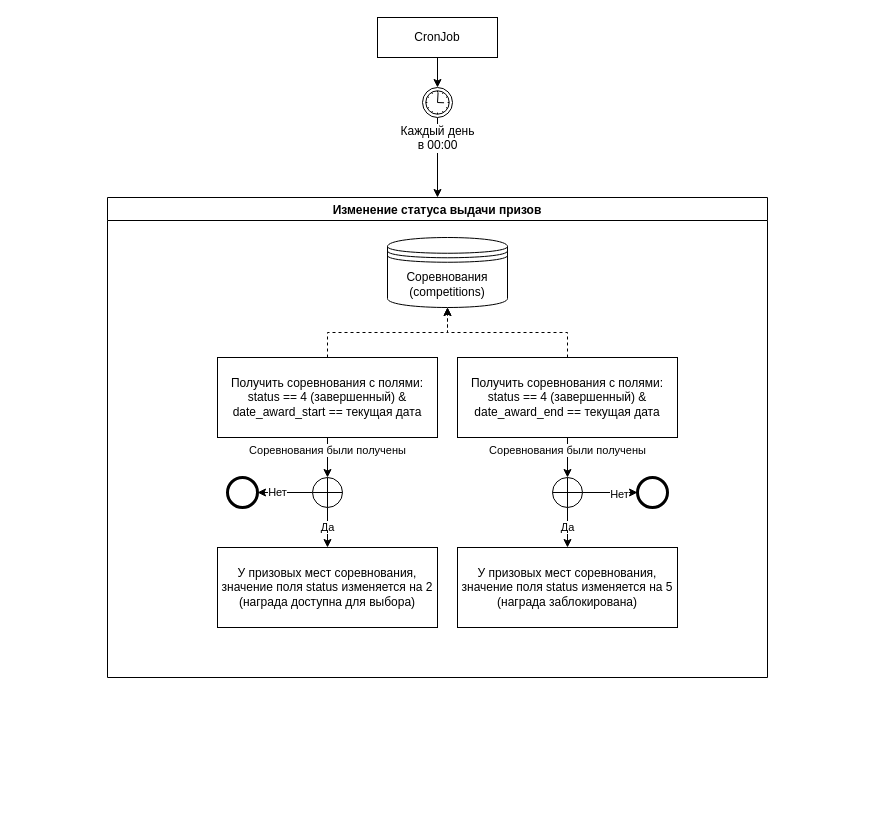
aau8/draw.io keeps this draw.io diagram as page "Период вручения призов" (1 of 3) of Награждение участников.drawio. Above is the earlier version. Source tidied: cells renumbered, new cells numbered last; positions are measured from the earlier drawing's top-left corner, leaving out a move shared by most shapes. Both pictures are drawn from the tidied source at 100%, with x=0, y=0 at pixel (107, 17).
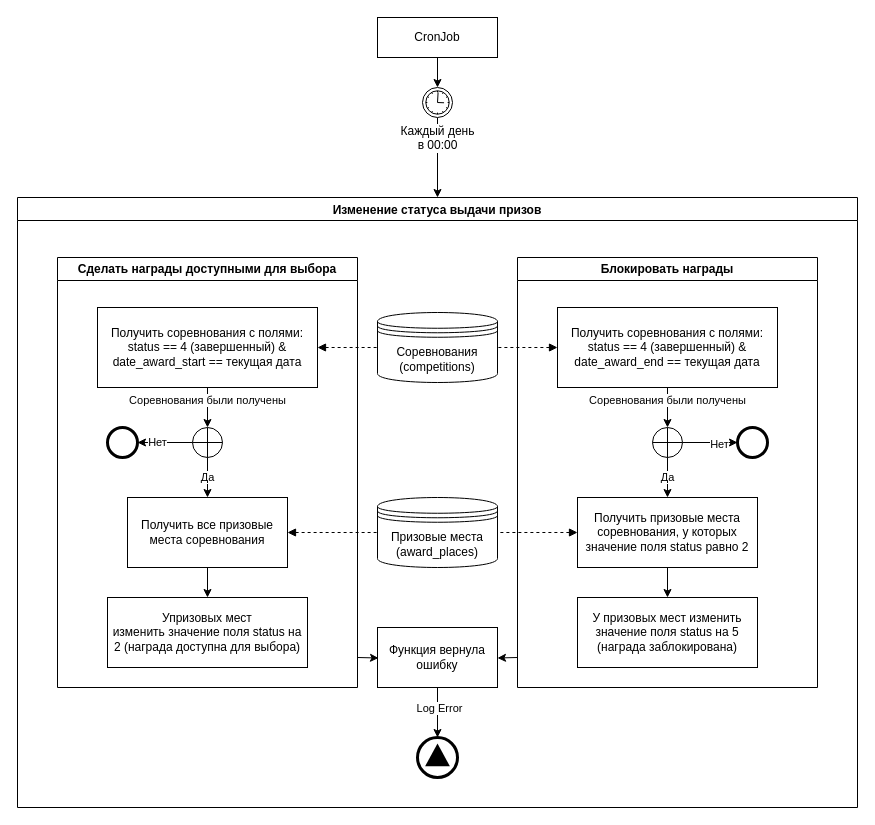
After the change.

Diff of the diagram source:
```diff
@@
     <mxCell id="6" value="Изменение статуса выдачи призов" style="swimlane;" parent="1" vertex="1">
-      <mxGeometry y="180" width="660" height="480" as="geometry" />
+      <mxGeometry x="-90" y="180" width="840" height="610" as="geometry" />
     </mxCell>
-    <mxCell id="7" style="edgeStyle=orthogonalEdgeStyle;rounded=0;jettySize=auto;html=1;exitX=0.5;exitY=1;exitDx=0;exitDy=0;" parent="6" edge="1" source="10" target="14">
-      <mxGeometry relative="1" as="geometry" />
-    </mxCell>
-    <mxCell id="8" value="Соревнования были получены" style="edgeLabel;html=1;align=center;verticalAlign=middle;" parent="7" vertex="1">
-      <mxGeometry x="-0.41" y="-1" relative="1" as="geometry" />
-    </mxCell>
-    <mxCell id="9" style="edgeStyle=orthogonalEdgeStyle;rounded=0;jettySize=auto;html=1;dashed=1;" parent="6" edge="1" source="10" target="15">
-      <mxGeometry relative="1" as="geometry" />
-    </mxCell>
-    <mxCell id="10" value="Получить соревнования с полями:&lt;br&gt;status == 4 (завершенный) &amp;amp;&lt;br&gt;date_award_start == текущая дата" style="rounded=0;whiteSpace=wrap;html=1;" parent="6" vertex="1">
-      <mxGeometry x="110" y="160" width="220" height="80" as="geometry" />
-    </mxCell>
-    <mxCell id="11" value="Да" style="edgeStyle=orthogonalEdgeStyle;rounded=0;jettySize=auto;html=1;" parent="6" edge="1" source="14" target="17">
-      <mxGeometry relative="1" as="geometry" />
-    </mxCell>
-    <mxCell id="12" style="edgeStyle=orthogonalEdgeStyle;rounded=0;jettySize=auto;html=1;" parent="6" edge="1" source="14" target="16">
-      <mxGeometry relative="1" as="geometry" />
-    </mxCell>
-    <mxCell id="13" value="Нет" style="edgeLabel;html=1;align=center;verticalAlign=middle;" parent="12" vertex="1">
-      <mxGeometry x="0.3" y="-1" relative="1" as="geometry" />
-    </mxCell>
-    <mxCell id="14" style="shape=orEllipse;perimeter=ellipsePerimeter;whiteSpace=wrap;html=1;backgroundOutline=1;" parent="6" vertex="1">
-      <mxGeometry x="205" y="280" width="30" height="30" as="geometry" />
-    </mxCell>
     <mxCell id="15" value="Соревнования&lt;br&gt;(competitions)" style="shape=datastore;whiteSpace=wrap;html=1;" parent="6" vertex="1">
-      <mxGeometry x="280" y="40" width="120" height="70" as="geometry" />
+      <mxGeometry x="360" y="115" width="120" height="70" as="geometry" />
     </mxCell>
-    <mxCell id="16" style="points=[[0.145,0.145,0],[0.5,0,0],[0.855,0.145,0],[1,0.5,0],[0.855,0.855,0],[0.5,1,0],[0.145,0.855,0],[0,0.5,0]];shape=mxgraph.bpmn.event;html=1;verticalLabelPosition=bottom;labelBackgroundColor=#ffffff;verticalAlign=top;align=center;perimeter=ellipsePerimeter;outlineConnect=0;outline=end;symbol=terminate2;" parent="6" vertex="1">
-      <mxGeometry x="120" y="280" width="30" height="30" as="geometry" />
-    </mxCell>
-    <mxCell id="17" value="У призовых мест соревнования, значение поля status изменяется на 2 (награда доступна для выбора&lt;span id=&quot;docs-internal-guid-a5fbda73-7fff-3050-be4a-004d5840d798&quot;&gt;&lt;/span&gt;)" style="rounded=0;whiteSpace=wrap;html=1;" parent="6" vertex="1">
-      <mxGeometry x="110" y="350" width="220" height="80" as="geometry" />
-    </mxCell>
-    <mxCell id="18" style="edgeStyle=orthogonalEdgeStyle;rounded=0;jettySize=auto;html=1;dashed=1;" parent="6" edge="1" source="19" target="15">
-      <mxGeometry relative="1" as="geometry" />
-    </mxCell>
+    <mxCell id="28" style="edgeStyle=orthogonalEdgeStyle;rounded=0;jettySize=auto;html=1;" parent="6" edge="1" target="42">
+      <mxGeometry relative="1" as="geometry">
+        <mxPoint x="500" y="460" as="sourcePoint" />
+      </mxGeometry>
+    </mxCell>
+    <mxCell id="29" value="Блокировать награды" style="swimlane;whiteSpace=wrap;html=1;" parent="6" vertex="1">
+      <mxGeometry x="500" y="60" width="300" height="430" as="geometry" />
+    </mxCell>
-    <mxCell id="19" value="Получить соревнования с полями:&lt;br&gt;status == 4 (завершенный) &amp;amp;&lt;br&gt;date_award_end == текущая дата" style="rounded=0;whiteSpace=wrap;html=1;" parent="6" vertex="1">
-      <mxGeometry x="350" y="160" width="220" height="80" as="geometry" />
+    <mxCell id="19" value="Получить соревнования с полями:&lt;br&gt;status == 4 (завершенный) &amp;amp;&lt;br&gt;date_award_end == текущая дата" style="rounded=0;whiteSpace=wrap;html=1;" parent="29" vertex="1">
+      <mxGeometry x="40" y="50" width="220" height="80" as="geometry" />
     </mxCell>
-    <mxCell id="20" style="edgeStyle=orthogonalEdgeStyle;rounded=0;jettySize=auto;html=1;" parent="6" edge="1" source="19" target="23">
+    <mxCell id="20" style="edgeStyle=orthogonalEdgeStyle;rounded=0;jettySize=auto;html=1;" parent="29" edge="1" source="19" target="23">
       <mxGeometry relative="1" as="geometry" />
     </mxCell>
@@
-    <mxCell id="22" value="Да" style="edgeStyle=orthogonalEdgeStyle;rounded=0;jettySize=auto;html=1;" parent="6" edge="1" source="23" target="27">
-      <mxGeometry relative="1" as="geometry" />
-    </mxCell>
-    <mxCell id="23" style="shape=orEllipse;perimeter=ellipsePerimeter;whiteSpace=wrap;html=1;backgroundOutline=1;" parent="6" vertex="1">
-      <mxGeometry x="445" y="280" width="30" height="30" as="geometry" />
+    <mxCell id="23" style="shape=orEllipse;perimeter=ellipsePerimeter;whiteSpace=wrap;html=1;backgroundOutline=1;" parent="29" vertex="1">
+      <mxGeometry x="135" y="170" width="30" height="30" as="geometry" />
     </mxCell>
-    <mxCell id="24" style="points=[[0.145,0.145,0],[0.5,0,0],[0.855,0.145,0],[1,0.5,0],[0.855,0.855,0],[0.5,1,0],[0.145,0.855,0],[0,0.5,0]];shape=mxgraph.bpmn.event;html=1;verticalLabelPosition=bottom;labelBackgroundColor=#ffffff;verticalAlign=top;align=center;perimeter=ellipsePerimeter;outlineConnect=0;outline=end;symbol=terminate2;" parent="6" vertex="1">
-      <mxGeometry x="530" y="280" width="30" height="30" as="geometry" />
+    <mxCell id="24" style="points=[[0.145,0.145,0],[0.5,0,0],[0.855,0.145,0],[1,0.5,0],[0.855,0.855,0],[0.5,1,0],[0.145,0.855,0],[0,0.5,0]];shape=mxgraph.bpmn.event;html=1;verticalLabelPosition=bottom;labelBackgroundColor=#ffffff;verticalAlign=top;align=center;perimeter=ellipsePerimeter;outlineConnect=0;outline=end;symbol=terminate2;" parent="29" vertex="1">
+      <mxGeometry x="220" y="170" width="30" height="30" as="geometry" />
     </mxCell>
-    <mxCell id="25" style="edgeStyle=orthogonalEdgeStyle;rounded=0;jettySize=auto;html=1;" parent="6" edge="1" source="23" target="24">
+    <mxCell id="25" style="edgeStyle=orthogonalEdgeStyle;rounded=0;jettySize=auto;html=1;" parent="29" edge="1" source="23" target="24">
       <mxGeometry relative="1" as="geometry" />
     </mxCell>
@@
+    <mxCell id="30" style="edgeStyle=orthogonalEdgeStyle;rounded=0;jettySize=auto;html=1;" parent="29" edge="1" source="27" target="31">
+      <mxGeometry relative="1" as="geometry" />
+    </mxCell>
-    <mxCell id="27" value="У призовых мест соревнования, значение поля status изменяется на 5 (награда заблокирована)" style="rounded=0;whiteSpace=wrap;html=1;" parent="6" vertex="1">
-      <mxGeometry x="350" y="350" width="220" height="80" as="geometry" />
+    <mxCell id="27" value="Получить призовые места соревнования, у которых значение поля status равно 2" style="rounded=0;whiteSpace=wrap;html=1;" parent="29" vertex="1">
+      <mxGeometry x="60" y="240" width="180" height="70" as="geometry" />
     </mxCell>
+    <mxCell id="22" value="Да" style="edgeStyle=orthogonalEdgeStyle;rounded=0;jettySize=auto;html=1;" parent="29" edge="1" source="23" target="27">
+      <mxGeometry relative="1" as="geometry" />
+    </mxCell>
+    <mxCell id="31" value="У призовых мест изменить значение поля status на 5 (награда заблокирована)" style="rounded=0;whiteSpace=wrap;html=1;" parent="29" vertex="1">
+      <mxGeometry x="60" y="340" width="180" height="70" as="geometry" />
+    </mxCell>
+    <mxCell id="32" style="edgeStyle=orthogonalEdgeStyle;rounded=0;jettySize=auto;html=1;" parent="6" edge="1" target="42">
+      <mxGeometry relative="1" as="geometry">
+        <mxPoint x="340" y="460" as="sourcePoint" />
+      </mxGeometry>
+    </mxCell>
+    <mxCell id="33" value="Сделать награды доступными для выбора" style="swimlane;whiteSpace=wrap;html=1;" parent="6" vertex="1">
+      <mxGeometry x="40" y="60" width="300" height="430" as="geometry" />
+    </mxCell>
+    <mxCell id="10" value="Получить соревнования с полями:&lt;br&gt;status == 4 (завершенный) &amp;amp;&lt;br&gt;date_award_start == текущая дата" style="rounded=0;whiteSpace=wrap;html=1;" parent="33" vertex="1">
+      <mxGeometry x="40" y="50" width="220" height="80" as="geometry" />
+    </mxCell>
+    <mxCell id="14" style="shape=orEllipse;perimeter=ellipsePerimeter;whiteSpace=wrap;html=1;backgroundOutline=1;" parent="33" vertex="1">
+      <mxGeometry x="135" y="170" width="30" height="30" as="geometry" />
+    </mxCell>
+    <mxCell id="7" style="edgeStyle=orthogonalEdgeStyle;rounded=0;jettySize=auto;html=1;exitX=0.5;exitY=1;exitDx=0;exitDy=0;" parent="33" edge="1" source="10" target="14">
+      <mxGeometry relative="1" as="geometry" />
+    </mxCell>
+    <mxCell id="8" value="Соревнования были получены" style="edgeLabel;html=1;align=center;verticalAlign=middle;" parent="7" vertex="1">
+      <mxGeometry x="-0.41" y="-1" relative="1" as="geometry" />
+    </mxCell>
+    <mxCell id="16" style="points=[[0.145,0.145,0],[0.5,0,0],[0.855,0.145,0],[1,0.5,0],[0.855,0.855,0],[0.5,1,0],[0.145,0.855,0],[0,0.5,0]];shape=mxgraph.bpmn.event;html=1;verticalLabelPosition=bottom;labelBackgroundColor=#ffffff;verticalAlign=top;align=center;perimeter=ellipsePerimeter;outlineConnect=0;outline=end;symbol=terminate2;" parent="33" vertex="1">
+      <mxGeometry x="50" y="170" width="30" height="30" as="geometry" />
+    </mxCell>
+    <mxCell id="12" style="edgeStyle=orthogonalEdgeStyle;rounded=0;jettySize=auto;html=1;" parent="33" edge="1" source="14" target="16">
+      <mxGeometry relative="1" as="geometry" />
+    </mxCell>
+    <mxCell id="13" value="Нет" style="edgeLabel;html=1;align=center;verticalAlign=middle;" parent="12" vertex="1">
+      <mxGeometry x="0.3" y="-1" relative="1" as="geometry" />
+    </mxCell>
+    <mxCell id="34" style="edgeStyle=orthogonalEdgeStyle;rounded=0;jettySize=auto;html=1;" parent="33" edge="1" source="17" target="35">
+      <mxGeometry relative="1" as="geometry" />
+    </mxCell>
+    <mxCell id="17" value="Получить все призовые места соревнования" style="rounded=0;whiteSpace=wrap;html=1;" parent="33" vertex="1">
+      <mxGeometry x="70" y="240" width="160" height="70" as="geometry" />
+    </mxCell>
+    <mxCell id="11" value="Да" style="edgeStyle=orthogonalEdgeStyle;rounded=0;jettySize=auto;html=1;" parent="33" edge="1" source="14" target="17">
+      <mxGeometry relative="1" as="geometry" />
+    </mxCell>
+    <mxCell id="35" value="Упризовых мест&lt;br&gt;изменить значение поля status на 2 (награда доступна для выбора&lt;span id=&quot;docs-internal-guid-a5fbda73-7fff-3050-be4a-004d5840d798&quot;&gt;&lt;/span&gt;)" style="rounded=0;whiteSpace=wrap;html=1;" parent="33" vertex="1">
+      <mxGeometry x="50" y="340" width="200" height="70" as="geometry" />
+    </mxCell>
+    <mxCell id="36" value="Призовые места&lt;br&gt;(award_places)" style="shape=datastore;whiteSpace=wrap;html=1;" parent="6" vertex="1">
+      <mxGeometry x="360" y="300" width="120" height="70" as="geometry" />
+    </mxCell>
+    <mxCell id="9" style="edgeStyle=orthogonalEdgeStyle;rounded=0;jettySize=auto;html=1;dashed=1;endArrow=none;endFill=0;startArrow=block;startFill=1;" parent="6" edge="1" source="10" target="15">
+      <mxGeometry relative="1" as="geometry" />
+    </mxCell>
+    <mxCell id="18" style="edgeStyle=orthogonalEdgeStyle;rounded=0;jettySize=auto;html=1;dashed=1;startArrow=block;startFill=1;endArrow=none;endFill=0;" parent="6" edge="1" source="19" target="15">
+      <mxGeometry relative="1" as="geometry" />
+    </mxCell>
+    <mxCell id="37" style="edgeStyle=orthogonalEdgeStyle;rounded=0;jettySize=auto;html=1;dashed=1;startArrow=block;startFill=1;endArrow=none;endFill=0;" parent="6" edge="1" source="17" target="36">
+      <mxGeometry relative="1" as="geometry" />
+    </mxCell>
+    <mxCell id="38" style="edgeStyle=orthogonalEdgeStyle;rounded=0;jettySize=auto;html=1;dashed=1;startArrow=block;startFill=1;endArrow=none;endFill=0;" parent="6" edge="1" source="27" target="36">
+      <mxGeometry relative="1" as="geometry" />
+    </mxCell>
+    <mxCell id="39" style="points=[[0.145,0.145,0],[0.5,0,0],[0.855,0.145,0],[1,0.5,0],[0.855,0.855,0],[0.5,1,0],[0.145,0.855,0],[0,0.5,0]];shape=mxgraph.bpmn.event;html=1;verticalLabelPosition=bottom;labelBackgroundColor=#ffffff;verticalAlign=top;align=center;perimeter=ellipsePerimeter;outlineConnect=0;outline=end;symbol=signal;" parent="6" vertex="1">
+      <mxGeometry x="400" y="540" width="40" height="40" as="geometry" />
+    </mxCell>
+    <mxCell id="40" style="edgeStyle=orthogonalEdgeStyle;rounded=0;jettySize=auto;html=1;" parent="6" edge="1" source="42" target="39">
+      <mxGeometry relative="1" as="geometry" />
+    </mxCell>
+    <mxCell id="41" value="Log Error" style="edgeLabel;html=1;align=center;verticalAlign=middle;" parent="40" vertex="1">
+      <mxGeometry x="-0.22" y="1" relative="1" as="geometry" />
+    </mxCell>
+    <mxCell id="42" value="Функция вернула ошибку" style="whiteSpace=wrap;html=1;" parent="6" vertex="1">
+      <mxGeometry x="360" y="430" width="120" height="60" as="geometry" />
+    </mxCell>
```
